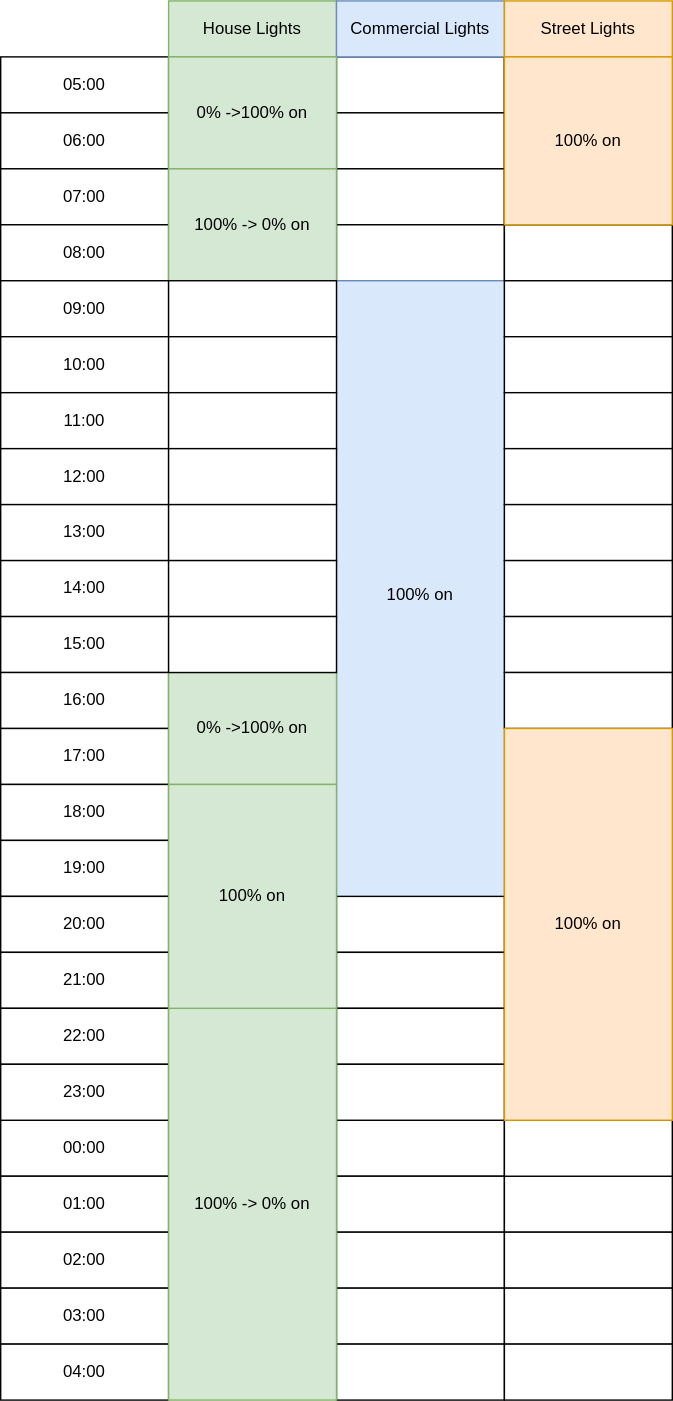
The draw.io diagram assets/light_time_table.drawio.svg in Dante1349/TGauge-ESP32-WebServer, before a commit. Source tidied: cells renumbered, new cells last; positions are measured from the earlier drawing's top-left corner, leaving out a move shared by most shapes.
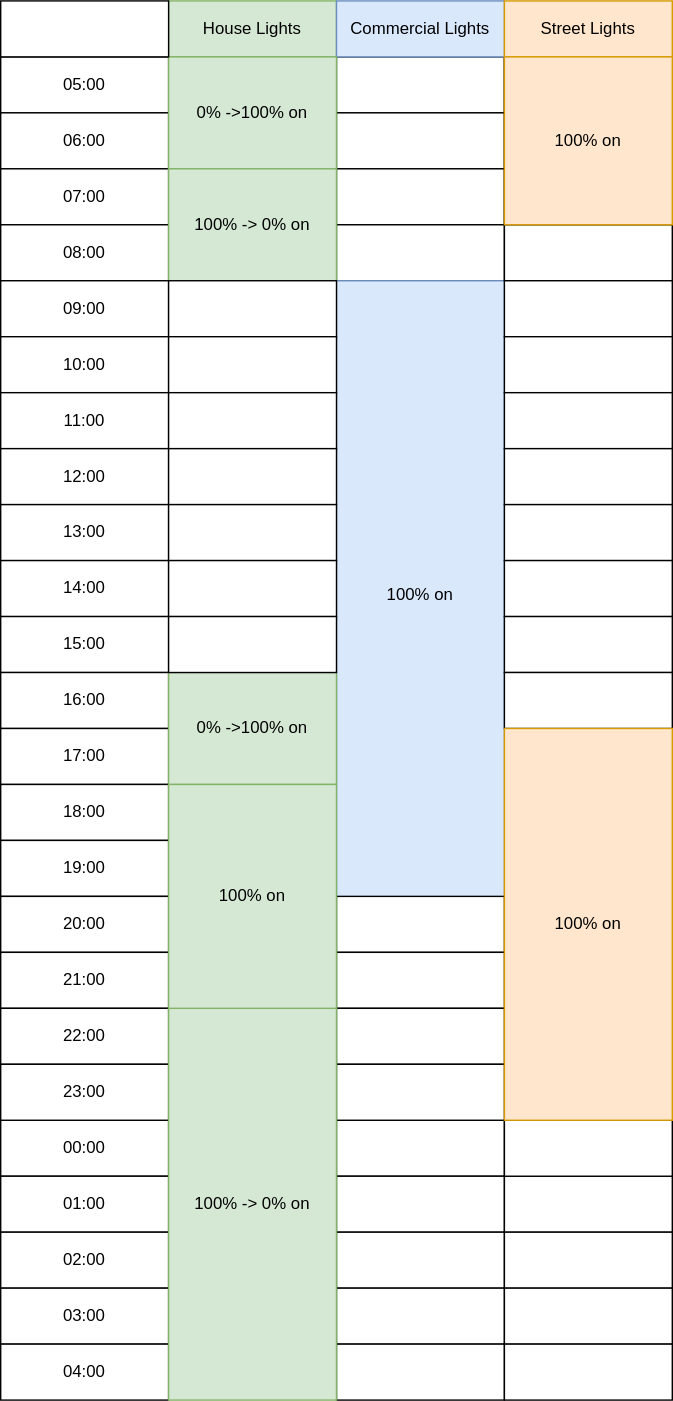
After the change.

What changed in the source:
```diff
@@ -218,5 +218,8 @@
     <mxCell id="73" value="100% on" style="rounded=0;whiteSpace=wrap;html=1;fillColor=#ffe6cc;strokeColor=#d79b00;" parent="1" vertex="1">
       <mxGeometry x="360" y="40" width="120" height="120" as="geometry" />
     </mxCell>
+    <mxCell id="74" style="rounded=0;whiteSpace=wrap;html=1;" parent="1" vertex="1">
+      <mxGeometry width="120" height="40" as="geometry" />
+    </mxCell>
   </root>
 </mxGraphModel>
```
